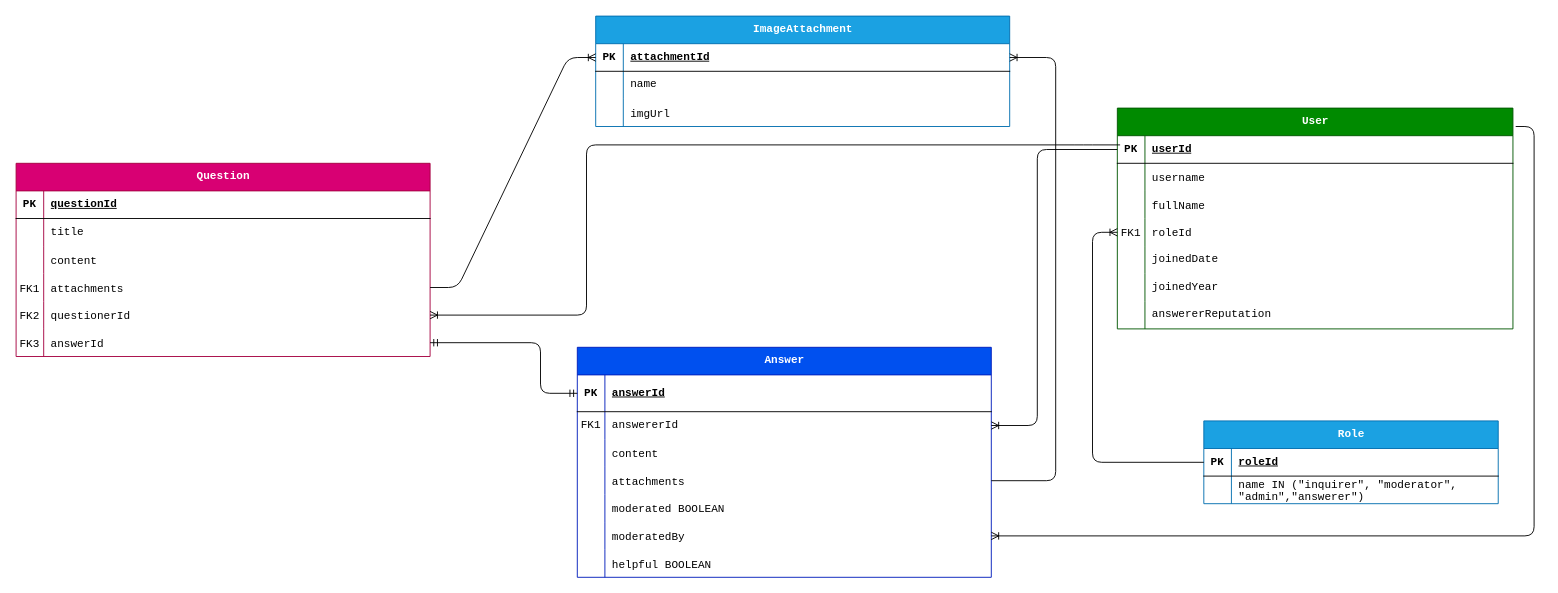
The draw.io diagram design/DB Design.drawio in timthedev07/KCAMathsHub, before the edit. Source tidied: cells renumbered, new cells numbered last; positions are measured from the earlier drawing's top-left corner, leaving out a move shared by most shapes. Both pictures are drawn from the tidied source at 92%, with x=0, y=0 at pixel (16, 16).
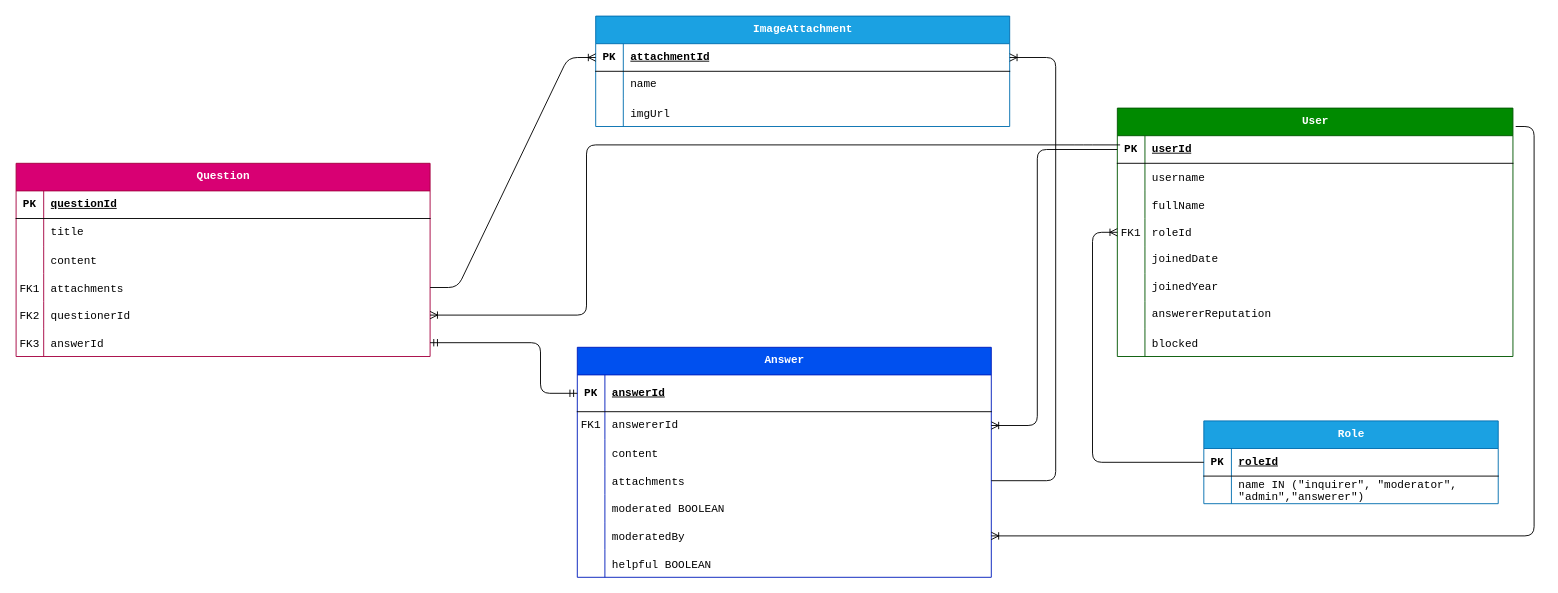
After the change.

Change to the diagram source:
```diff
@@
     <mxCell id="2" value="User" style="shape=table;startSize=30;childLayout=tableLayout;rowLines=0;fontStyle=1;align=center;html=1;fillColor=#008a00;fontColor=#ffffff;strokeColor=#005700;fontFamily=Courier New;" parent="1" vertex="1">
-      <mxGeometry x="1197" y="100" width="430" height="240" as="geometry" />
+      <mxGeometry x="1197" y="100" width="430" height="270" as="geometry" />
     </mxCell>
@@
+    <mxCell id="89" style="shape=tableRow;horizontal=0;startSize=0;swimlaneHead=0;swimlaneBody=0;fillColor=none;top=0;left=0;right=0;bottom=0;" parent="2" vertex="1">
+      <mxGeometry y="240" width="430" height="30" as="geometry" />
+    </mxCell>
+    <mxCell id="90" style="shape=partialRectangle;fillColor=none;top=0;left=0;bottom=0;right=0;overflow=hidden;" parent="89" vertex="1">
+      <mxGeometry width="30" height="30" as="geometry" />
+    </mxCell>
+    <mxCell id="91" value="blocked" style="shape=partialRectangle;fillColor=none;top=0;left=0;bottom=0;right=0;align=left;spacingLeft=6;overflow=hidden;fontFamily=Courier New;" parent="89" vertex="1">
+      <mxGeometry x="30" width="400" height="30" as="geometry" />
+    </mxCell>
```
